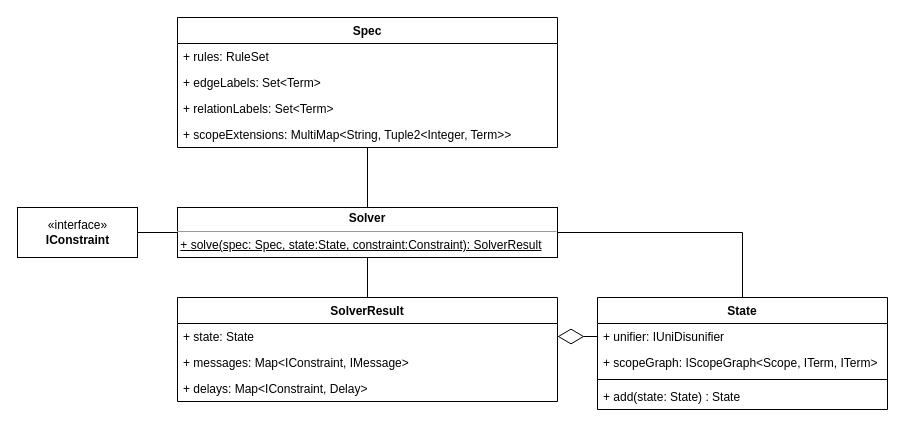
Earlier version of the draw.io diagram page "Solver-UML" (18 of 19) of Spoofax3 Diagrams.drawio (AZWN/Spoofax-pie-diagrams). Source tidied: cells renumbered, new cells numbered last; positions are measured from the earlier drawing's top-left corner, leaving out a move shared by most shapes. Both pictures are drawn from the tidied source at 100%, with x=0, y=0 at pixel (17, 17).
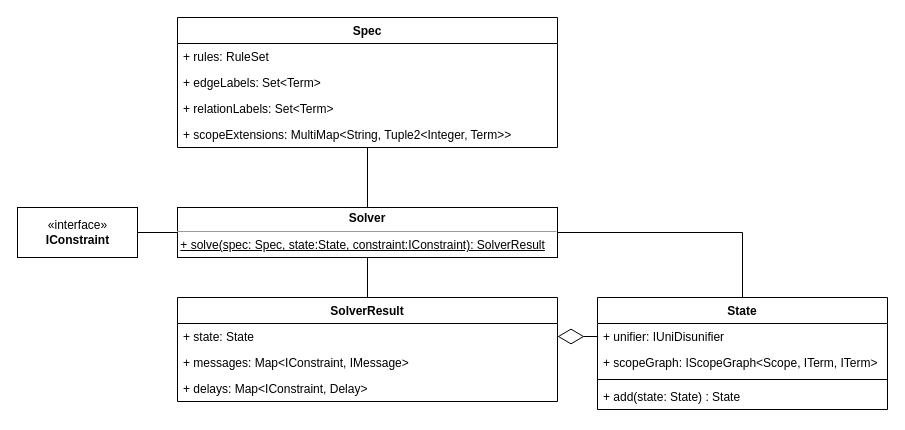
After the change.

Change to the diagram source:
```diff
@@
-    <mxCell id="6" value="&lt;p style=&quot;margin: 0px ; margin-top: 4px ; text-align: center&quot;&gt;&lt;b&gt;Solver&lt;/b&gt;&lt;/p&gt;&lt;hr size=&quot;1&quot;&gt;&lt;div style=&quot;height: 2px&quot;&gt;&amp;nbsp;&lt;u&gt;+ solve(spec: Spec, state:State, constraint:Constraint): SolverResult&lt;br&gt;&lt;/u&gt;&lt;/div&gt;" style="verticalAlign=top;align=left;overflow=fill;fontSize=12;fontFamily=Helvetica;html=1;" parent="1" vertex="1">
+    <mxCell id="6" value="&lt;p style=&quot;margin: 0px ; margin-top: 4px ; text-align: center&quot;&gt;&lt;b&gt;Solver&lt;/b&gt;&lt;/p&gt;&lt;hr size=&quot;1&quot;&gt;&lt;div style=&quot;height: 2px&quot;&gt;&amp;nbsp;&lt;u&gt;+ solve(spec: Spec, state:State, constraint:IConstraint): SolverResult&lt;br&gt;&lt;/u&gt;&lt;/div&gt;" style="verticalAlign=top;align=left;overflow=fill;fontSize=12;fontFamily=Helvetica;html=1;" parent="1" vertex="1">
       <mxGeometry x="160" y="190" width="380" height="50" as="geometry" />
     </mxCell>
```
